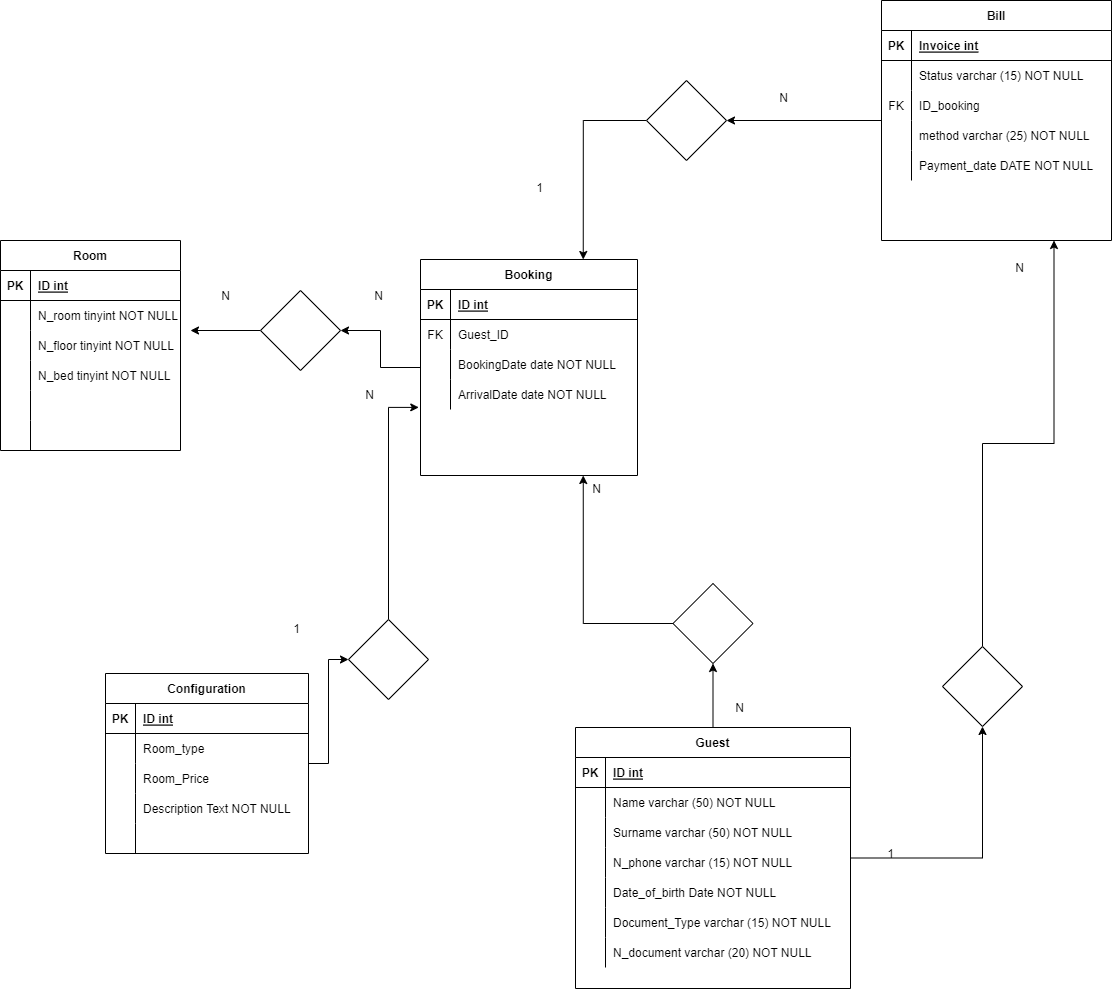
Above: Diagramma.png in Ser-Simone/db-hotel-tecnico (draw.io), before the change. Source tidied: cells renumbered, new cells last; positions are measured from the earlier drawing's top-left corner, leaving out a move shared by most shapes.
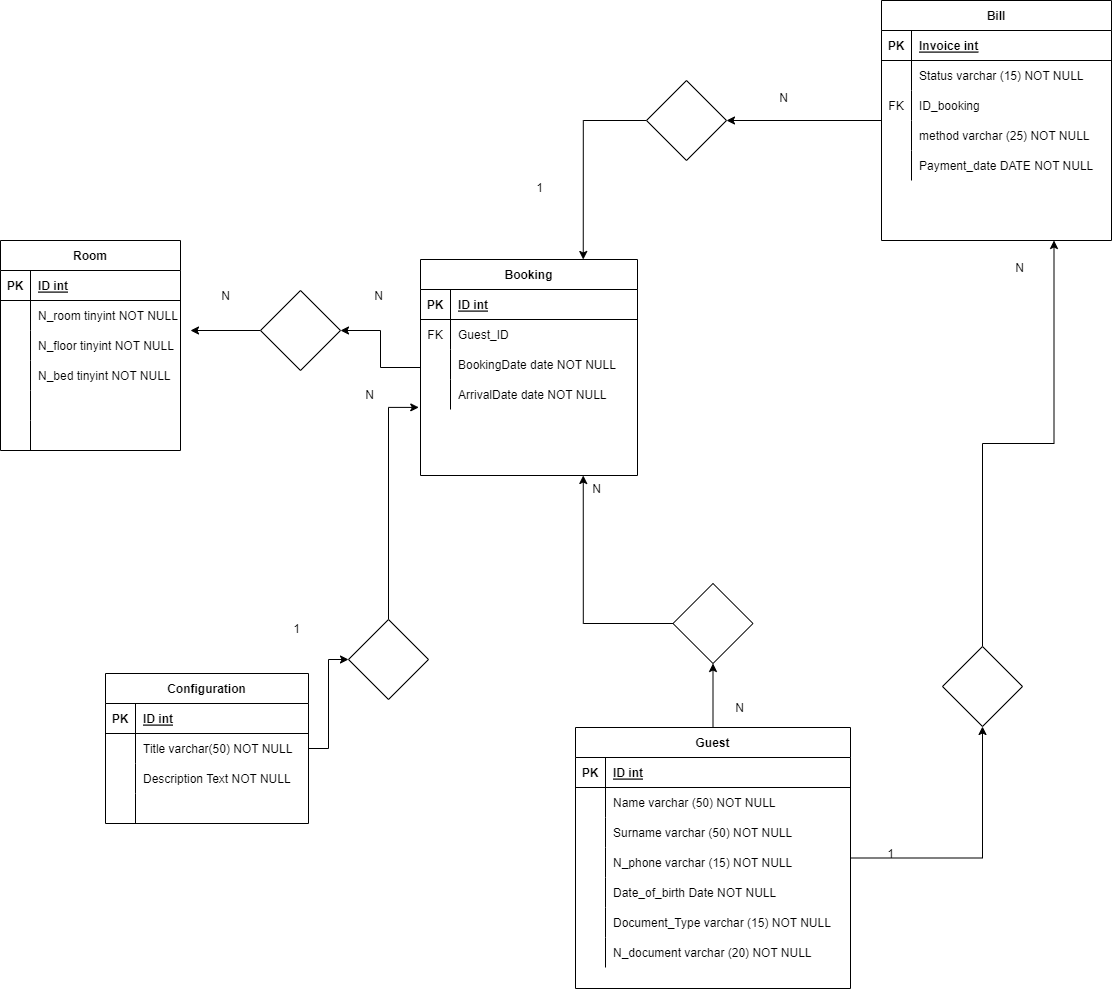
Above is the later version.

Change to the diagram source:
```diff
@@ -228,7 +228,7 @@
       <mxGeometry relative="1" as="geometry" />
     </mxCell>
     <mxCell id="77" value="Configuration" style="shape=table;startSize=30;rowLines=0;fontStyle=1;align=center;" parent="1" vertex="1">
-      <mxGeometry x="105" y="673" width="203" height="180" as="geometry" />
+      <mxGeometry x="105" y="673" width="203" height="150" as="geometry" />
     </mxCell>
     <mxCell id="78" style="shape=tableRow;horizontal=0;startSize=0;swimlaneHead=0;swimlaneBody=0;fillColor=none;top=0;left=0;right=0;bottom=1;" parent="77" vertex="1">
       <mxGeometry y="30" width="203" height="30" as="geometry" />
@@ -245,20 +245,11 @@
     <mxCell id="82" style="shape=partialRectangle;fillColor=none;top=0;left=0;bottom=0;right=0;overflow=hidden;" parent="81" vertex="1">
       <mxGeometry width="30" height="30" as="geometry" />
     </mxCell>
-    <mxCell id="83" value="Room_type" style="shape=partialRectangle;fillColor=none;top=0;left=0;bottom=0;right=0;align=left;spacingLeft=6;overflow=hidden;" parent="81" vertex="1">
+    <mxCell id="83" value="Title varchar(50) NOT NULL" style="shape=partialRectangle;fillColor=none;top=0;left=0;bottom=0;right=0;align=left;spacingLeft=6;overflow=hidden;" parent="81" vertex="1">
       <mxGeometry x="30" width="173" height="30" as="geometry" />
     </mxCell>
-    <mxCell id="84" style="shape=tableRow;horizontal=0;startSize=0;swimlaneHead=0;swimlaneBody=0;fillColor=none;top=0;left=0;right=0;bottom=0;" parent="77" vertex="1">
-      <mxGeometry y="90" width="203" height="30" as="geometry" />
-    </mxCell>
-    <mxCell id="85" style="shape=partialRectangle;fillColor=none;top=0;left=0;bottom=0;right=0;overflow=hidden;" parent="84" vertex="1">
-      <mxGeometry width="30" height="30" as="geometry" />
-    </mxCell>
-    <mxCell id="86" value="Room_Price" style="shape=partialRectangle;fillColor=none;top=0;left=0;bottom=0;right=0;align=left;spacingLeft=6;overflow=hidden;" parent="84" vertex="1">
-      <mxGeometry x="30" width="173" height="30" as="geometry" />
-    </mxCell>
     <mxCell id="87" style="shape=tableRow;horizontal=0;startSize=0;swimlaneHead=0;swimlaneBody=0;fillColor=none;top=0;left=0;right=0;bottom=0;" parent="77" vertex="1">
-      <mxGeometry y="120" width="203" height="30" as="geometry" />
+      <mxGeometry y="90" width="203" height="30" as="geometry" />
     </mxCell>
     <mxCell id="88" style="shape=partialRectangle;fillColor=none;top=0;left=0;bottom=0;right=0;overflow=hidden;" parent="87" vertex="1">
       <mxGeometry width="30" height="30" as="geometry" />
@@ -267,7 +258,7 @@
       <mxGeometry x="30" width="173" height="30" as="geometry" />
     </mxCell>
     <mxCell id="90" style="shape=tableRow;horizontal=0;startSize=0;swimlaneHead=0;swimlaneBody=0;fillColor=none;top=0;left=0;right=0;bottom=0;" parent="77" vertex="1">
-      <mxGeometry y="150" width="203" height="30" as="geometry" />
+      <mxGeometry y="120" width="203" height="30" as="geometry" />
     </mxCell>
     <mxCell id="91" style="shape=partialRectangle;fillColor=none;top=0;left=0;bottom=0;right=0;overflow=hidden;" parent="90" vertex="1">
       <mxGeometry width="30" height="30" as="geometry" />
```
